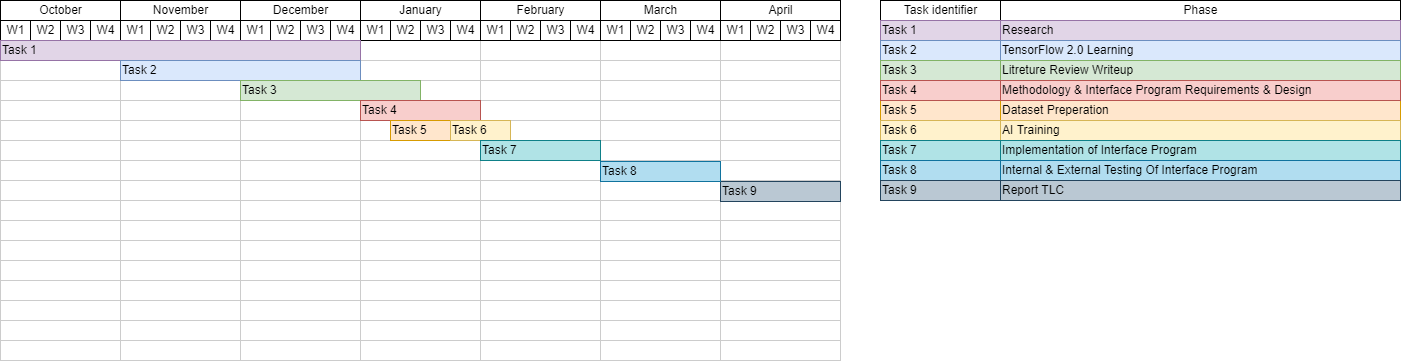
Earlier version of the draw.io export documents/designs/gantt_chart_plan.drawio.png (Auzlex/uwe-dsp). Source tidied: cells renumbered, new cells last; positions are measured from the earlier drawing's top-left corner, leaving out a move shared by most shapes.
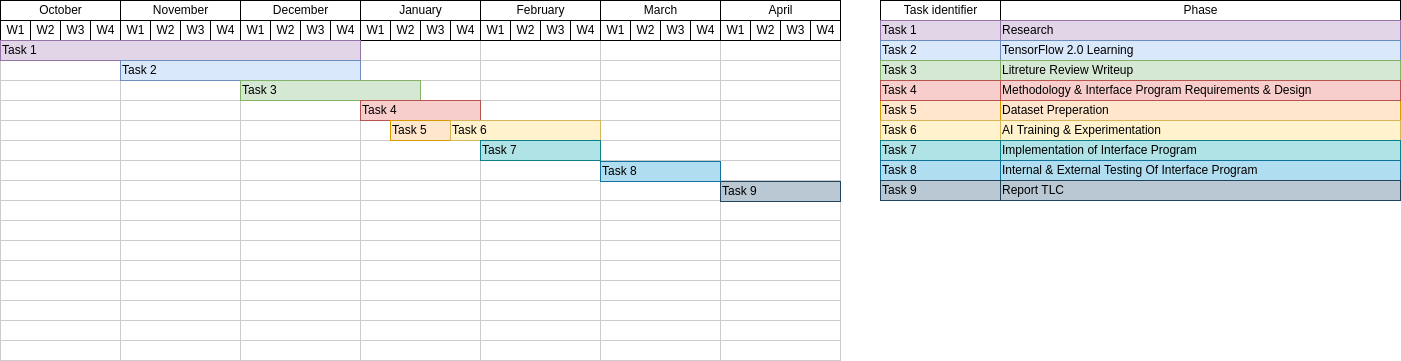
The same diagram one commit later.

Change to the diagram source:
```diff
@@ -494,7 +494,7 @@
     <mxCell id="165" value="Dataset Preperation" style="align=left;strokeColor=#d79b00;html=1;fillColor=#ffe6cc;" parent="1" vertex="1">
       <mxGeometry x="1000" y="100" width="400" height="20" as="geometry" />
     </mxCell>
-    <mxCell id="166" value="AI Training" style="align=left;strokeColor=#d6b656;html=1;fillColor=#fff2cc;" parent="1" vertex="1">
+    <mxCell id="166" value="AI Training &amp;amp; Experimentation" style="align=left;strokeColor=#d6b656;html=1;fillColor=#fff2cc;" parent="1" vertex="1">
       <mxGeometry x="1000" y="120" width="400" height="20" as="geometry" />
     </mxCell>
     <mxCell id="167" value="Methodology &amp;amp; Interface Program Requirements &amp;amp; Design" style="align=left;strokeColor=#b85450;html=1;fillColor=#f8cecc;" parent="1" vertex="1">
@@ -528,7 +528,7 @@
       <mxGeometry x="390" y="120" width="60" height="20" as="geometry" />
     </mxCell>
     <mxCell id="177" value="Task 6" style="align=left;strokeColor=#d6b656;html=1;fillColor=#fff2cc;" parent="1" vertex="1">
-      <mxGeometry x="450" y="120" width="60" height="20" as="geometry" />
+      <mxGeometry x="450" y="120" width="150" height="20" as="geometry" />
     </mxCell>
     <mxCell id="178" value="Task 7" style="align=left;strokeColor=#0e8088;html=1;fillColor=#b0e3e6;" parent="1" vertex="1">
       <mxGeometry x="480" y="140" width="120" height="20" as="geometry" />
```
